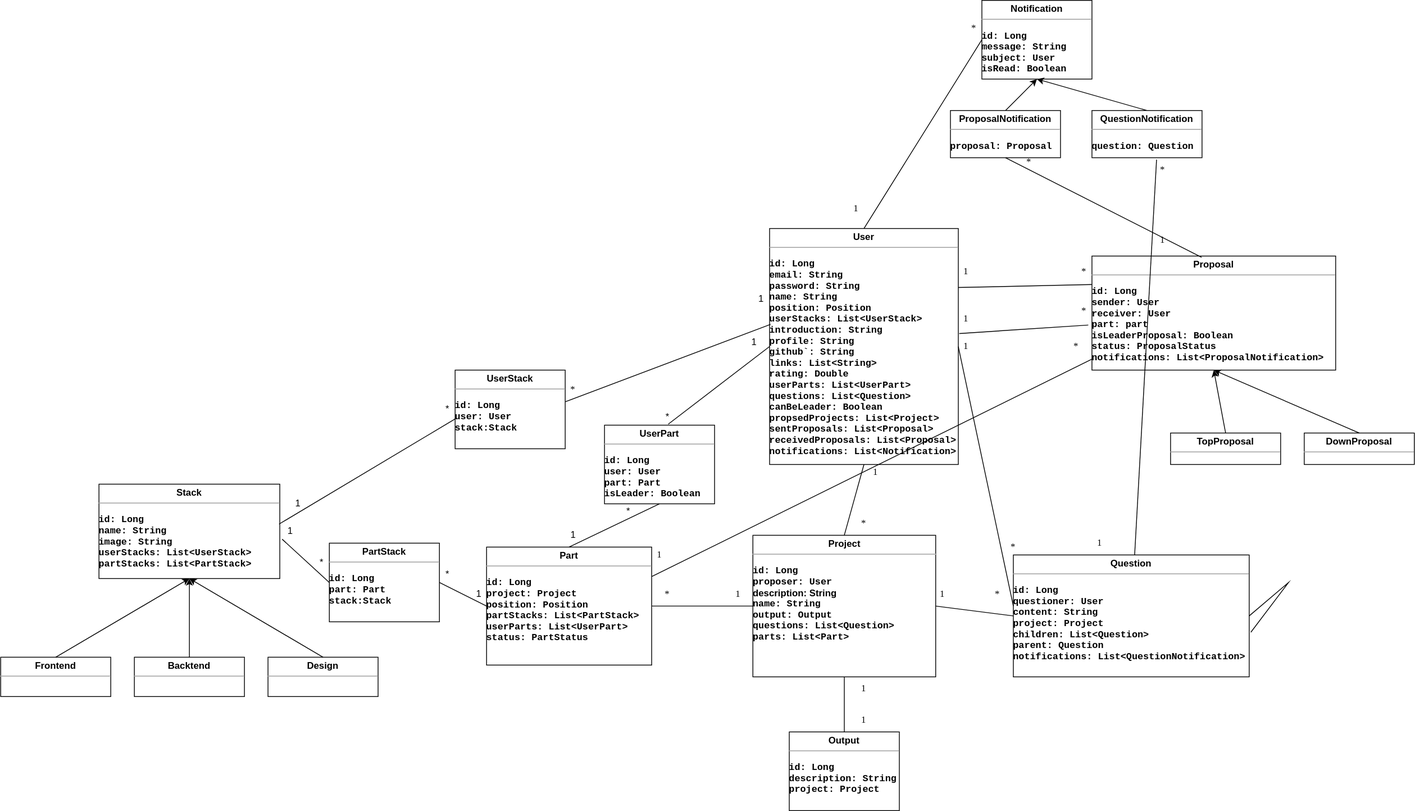
The draw.io diagram entity_diagram.drawio.svg in zelo0/cruit, before a commit. Source tidied: cells renumbered, new cells last; positions are measured from the earlier drawing's top-left corner, leaving out a move shared by most shapes.
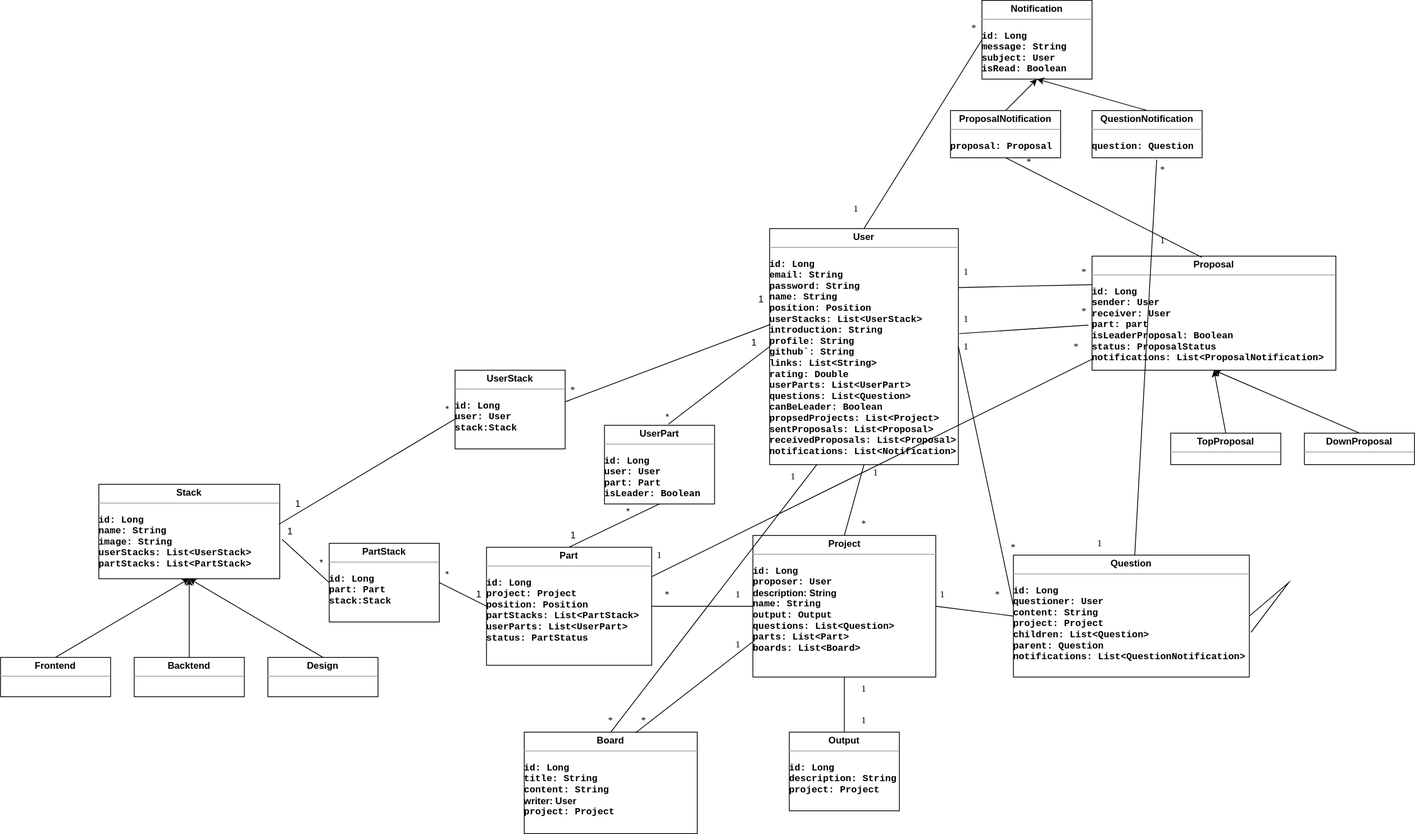
The same file after the commit.

Diff of the diagram source:
```diff
@@ -5,8 +5,8 @@
     <mxCell id="2" value="&lt;p style=&quot;margin: 0px ; margin-top: 4px ; text-align: center&quot;&gt;&lt;span&gt;User&lt;/span&gt;&lt;/p&gt;&lt;hr size=&quot;1&quot;&gt;&lt;p&gt;&lt;/p&gt;&lt;pre style=&quot;height: 2px ; line-height: 1.5&quot;&gt;&lt;span&gt;id: Long&lt;/span&gt;&lt;/pre&gt;&lt;pre style=&quot;height: 2px ; line-height: 1.5&quot;&gt;&lt;span&gt;email: String&lt;/span&gt;&lt;/pre&gt;&lt;pre style=&quot;height: 2px ; line-height: 1.5&quot;&gt;&lt;span&gt;password: String&lt;/span&gt;&lt;/pre&gt;&lt;pre style=&quot;height: 2px ; line-height: 1.5&quot;&gt;&lt;span&gt;name: String&lt;/span&gt;&lt;/pre&gt;&lt;pre style=&quot;height: 2px ; line-height: 1.5&quot;&gt;&lt;span&gt;position: Position&lt;/span&gt;&lt;/pre&gt;&lt;pre style=&quot;height: 2px ; line-height: 1.5&quot;&gt;&lt;span&gt;userStacks: List&amp;lt;UserStack&amp;gt;&lt;/span&gt;&lt;/pre&gt;&lt;pre style=&quot;height: 2px ; line-height: 1.5&quot;&gt;&lt;span&gt;introduction: String&lt;/span&gt;&lt;/pre&gt;&lt;pre style=&quot;height: 2px ; line-height: 1.5&quot;&gt;&lt;span&gt;profile: String&lt;/span&gt;&lt;/pre&gt;&lt;pre style=&quot;height: 2px ; line-height: 1.5&quot;&gt;&lt;span&gt;github`: String&lt;/span&gt;&lt;/pre&gt;&lt;pre style=&quot;height: 2px ; line-height: 1.5&quot;&gt;&lt;span&gt;links: List&amp;lt;String&amp;gt;&lt;/span&gt;&lt;/pre&gt;&lt;pre style=&quot;height: 2px ; line-height: 1.5&quot;&gt;&lt;span&gt;rating: Double&lt;/span&gt;&lt;/pre&gt;&lt;pre style=&quot;height: 2px ; line-height: 1.5&quot;&gt;&lt;span&gt;userParts: List&amp;lt;UserPart&amp;gt;&lt;/span&gt;&lt;/pre&gt;&lt;pre style=&quot;height: 2px ; line-height: 1.5&quot;&gt;&lt;span&gt;questions: List&amp;lt;Question&amp;gt;&lt;/span&gt;&lt;/pre&gt;&lt;pre style=&quot;height: 2px ; line-height: 1.5&quot;&gt;&lt;span&gt;canBeLeader: Boolean&lt;/span&gt;&lt;/pre&gt;&lt;pre style=&quot;height: 2px ; line-height: 1.5&quot;&gt;propsedProjects: List&amp;lt;Project&amp;gt;&lt;/pre&gt;&lt;pre style=&quot;height: 2px ; line-height: 1.5&quot;&gt;&lt;span&gt;sentProposals: List&amp;lt;Proposal&amp;gt;&lt;/span&gt;&lt;/pre&gt;&lt;pre style=&quot;height: 2px ; line-height: 1.5&quot;&gt;&lt;span&gt;receivedProposals: List&amp;lt;Proposal&amp;gt;&lt;/span&gt;&lt;/pre&gt;&lt;pre style=&quot;height: 2px ; line-height: 1.5&quot;&gt;&lt;span&gt;notifications: List&amp;lt;Notification&amp;gt;&lt;/span&gt;&lt;/pre&gt;&lt;p&gt;&lt;/p&gt;" style="verticalAlign=top;align=left;overflow=fill;fontSize=12;fontFamily=Helvetica;html=1;horizontal=1;rounded=0;sketch=0;spacingLeft=0;labelBackgroundColor=none;labelBorderColor=none;fontStyle=1;spacingBottom=0;spacingRight=0;spacing=2;" parent="1" vertex="1">
       <mxGeometry x="978" y="290" width="240" height="300" as="geometry" />
     </mxCell>
-    <mxCell id="3" value="&lt;p style=&quot;margin: 0px ; margin-top: 4px ; text-align: center&quot;&gt;&lt;b&gt;Project&lt;/b&gt;&lt;/p&gt;&lt;hr size=&quot;1&quot;&gt;&lt;p&gt;&lt;/p&gt;&lt;pre style=&quot;height: 2px ; line-height: 1.5&quot;&gt;&lt;b&gt;id: Long&lt;/b&gt;&lt;/pre&gt;&lt;pre style=&quot;height: 2px ; line-height: 1.5&quot;&gt;&lt;b&gt;proposer: User&lt;/b&gt;&lt;/pre&gt;&lt;pre style=&quot;height: 2px ; line-height: 1.5&quot;&gt;&lt;b style=&quot;font-family: &amp;#34;helvetica&amp;#34; ; white-space: nowrap&quot;&gt;description: String&lt;/b&gt;&lt;br&gt;&lt;/pre&gt;&lt;pre style=&quot;height: 2px ; line-height: 1.5&quot;&gt;&lt;b&gt;name: String&lt;/b&gt;&lt;/pre&gt;&lt;pre style=&quot;height: 2px ; line-height: 1.5&quot;&gt;&lt;b&gt;output: Output&lt;/b&gt;&lt;/pre&gt;&lt;pre style=&quot;height: 2px ; line-height: 1.5&quot;&gt;&lt;b&gt;questions: List&amp;lt;Question&amp;gt;&lt;/b&gt;&lt;/pre&gt;&lt;pre style=&quot;height: 2px ; line-height: 1.5&quot;&gt;&lt;b&gt;parts: List&amp;lt;Part&amp;gt;&lt;/b&gt;&lt;/pre&gt;&lt;p&gt;&lt;/p&gt;" style="verticalAlign=top;align=left;overflow=fill;fontSize=12;fontFamily=Helvetica;html=1;" parent="1" vertex="1">
-      <mxGeometry x="956.8" y="680" width="232.5" height="180" as="geometry" />
+    <mxCell id="3" value="&lt;p style=&quot;margin: 0px ; margin-top: 4px ; text-align: center&quot;&gt;&lt;b&gt;Project&lt;/b&gt;&lt;/p&gt;&lt;hr size=&quot;1&quot;&gt;&lt;p&gt;&lt;/p&gt;&lt;pre style=&quot;height: 2px ; line-height: 1.5&quot;&gt;&lt;b&gt;id: Long&lt;/b&gt;&lt;/pre&gt;&lt;pre style=&quot;height: 2px ; line-height: 1.5&quot;&gt;&lt;b&gt;proposer: User&lt;/b&gt;&lt;/pre&gt;&lt;pre style=&quot;height: 2px ; line-height: 1.5&quot;&gt;&lt;b style=&quot;font-family: &amp;#34;helvetica&amp;#34; ; white-space: nowrap&quot;&gt;description: String&lt;/b&gt;&lt;br&gt;&lt;/pre&gt;&lt;pre style=&quot;height: 2px ; line-height: 1.5&quot;&gt;&lt;b&gt;name: String&lt;/b&gt;&lt;/pre&gt;&lt;pre style=&quot;height: 2px ; line-height: 1.5&quot;&gt;&lt;b&gt;output: Output&lt;/b&gt;&lt;/pre&gt;&lt;pre style=&quot;height: 2px ; line-height: 1.5&quot;&gt;&lt;b&gt;questions: List&amp;lt;Question&amp;gt;&lt;/b&gt;&lt;/pre&gt;&lt;pre style=&quot;height: 2px ; line-height: 1.5&quot;&gt;&lt;b&gt;parts: List&amp;lt;Part&amp;gt;&lt;/b&gt;&lt;/pre&gt;&lt;pre style=&quot;height: 2px ; line-height: 1.5&quot;&gt;&lt;b&gt;boards: List&amp;lt;Board&amp;gt;&lt;/b&gt;&lt;/pre&gt;&lt;p&gt;&lt;/p&gt;" style="verticalAlign=top;align=left;overflow=fill;fontSize=12;fontFamily=Helvetica;html=1;" parent="1" vertex="1">
+      <mxGeometry x="958.8" y="681" width="232.5" height="180" as="geometry" />
     </mxCell>
     <mxCell id="4" style="endArrow=none;html=1;rounded=0;fontFamily=Verdana;fontSize=12;entryX=0.5;entryY=1;entryDx=0;entryDy=0;exitX=0.5;exitY=0;exitDx=0;exitDy=0;" parent="1" edge="1" source="3" target="2">
       <mxGeometry relative="1" as="geometry" />
@@ -246,5 +246,26 @@
     <mxCell id="79" style="endArrow=classic;html=1;rounded=0;exitX=0.5;exitY=0;exitDx=0;exitDy=0;entryX=0.5;entryY=1;entryDx=0;entryDy=0;" parent="1" edge="1" source="78" target="52">
       <mxGeometry relative="1" as="geometry" />
     </mxCell>
+    <mxCell id="80" value="&lt;p style=&quot;margin: 0px ; margin-top: 4px ; text-align: center&quot;&gt;&lt;b&gt;Board&lt;/b&gt;&lt;/p&gt;&lt;hr size=&quot;1&quot;&gt;&lt;p&gt;&lt;/p&gt;&lt;pre style=&quot;height: 2px ; line-height: 1.5&quot;&gt;&lt;b&gt;id: Long&lt;/b&gt;&lt;/pre&gt;&lt;pre style=&quot;height: 2px ; line-height: 1.5&quot;&gt;&lt;b&gt;title: String&lt;/b&gt;&lt;/pre&gt;&lt;pre style=&quot;height: 2px ; line-height: 1.5&quot;&gt;&lt;b&gt;content: String&lt;/b&gt;&lt;/pre&gt;&lt;pre style=&quot;height: 2px ; line-height: 1.5&quot;&gt;&lt;b style=&quot;font-family: &amp;#34;helvetica&amp;#34; ; white-space: nowrap&quot;&gt;writer: User&lt;/b&gt;&lt;/pre&gt;&lt;pre style=&quot;height: 2px ; line-height: 1.5&quot;&gt;&lt;b&gt;project: Project&lt;/b&gt;&lt;/pre&gt;&lt;pre style=&quot;height: 2px ; line-height: 1.5&quot;&gt;&lt;b&gt;&lt;br&gt;&lt;/b&gt;&lt;/pre&gt;&lt;p&gt;&lt;/p&gt;" style="verticalAlign=top;align=left;overflow=fill;fontSize=12;fontFamily=Helvetica;html=1;" parent="1" vertex="1">
+      <mxGeometry x="668" y="931" width="220" height="129" as="geometry" />
+    </mxCell>
+    <mxCell id="81" style="endArrow=none;html=1;rounded=0;fontFamily=Verdana;fontSize=12;entryX=0.25;entryY=1;entryDx=0;entryDy=0;exitX=0.5;exitY=0;exitDx=0;exitDy=0;" parent="1" edge="1" source="80" target="2">
+      <mxGeometry relative="1" as="geometry" />
+    </mxCell>
+    <mxCell id="82" style="endArrow=none;html=1;rounded=0;fontFamily=Verdana;fontSize=12;entryX=0;entryY=0.75;entryDx=0;entryDy=0;exitX=0.643;exitY=0.007;exitDx=0;exitDy=0;exitPerimeter=0;" parent="1" edge="1" source="80" target="3">
+      <mxGeometry relative="1" as="geometry" />
+    </mxCell>
+    <mxCell id="83" value="1" style="text;html=1;strokeColor=none;fillColor=none;align=center;verticalAlign=middle;whiteSpace=wrap;rounded=0;labelBackgroundColor=none;labelBorderColor=none;sketch=0;fontFamily=Verdana;fontSize=12;" parent="1" vertex="1">
+      <mxGeometry x="980" y="591" width="60" height="30" as="geometry" />
+    </mxCell>
+    <mxCell id="84" value="*" style="text;html=1;strokeColor=none;fillColor=none;align=center;verticalAlign=middle;whiteSpace=wrap;rounded=0;labelBackgroundColor=none;labelBorderColor=none;sketch=0;fontFamily=Verdana;fontSize=12;" parent="1" vertex="1">
+      <mxGeometry x="748" y="901" width="60" height="30" as="geometry" />
+    </mxCell>
+    <mxCell id="85" value="1" style="text;html=1;strokeColor=none;fillColor=none;align=center;verticalAlign=middle;whiteSpace=wrap;rounded=0;labelBackgroundColor=none;labelBorderColor=none;sketch=0;fontFamily=Verdana;fontSize=12;" parent="1" vertex="1">
+      <mxGeometry x="910" y="805" width="60" height="30" as="geometry" />
+    </mxCell>
+    <mxCell id="86" value="*" style="text;html=1;strokeColor=none;fillColor=none;align=center;verticalAlign=middle;whiteSpace=wrap;rounded=0;labelBackgroundColor=none;labelBorderColor=none;sketch=0;fontFamily=Verdana;fontSize=12;" parent="1" vertex="1">
+      <mxGeometry x="790" y="901" width="60" height="30" as="geometry" />
+    </mxCell>
   </root>
 </mxGraphModel>
```
